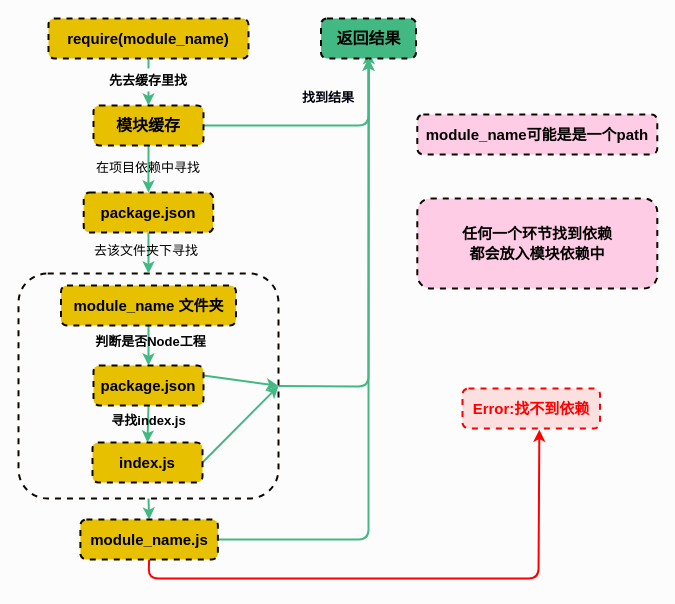
Earlier version of the draw.io diagram docs/.vuepress/public/assets/drawio/4.drawio (ykshang/MyInterviewDocs). Source tidied: cells renumbered, new cells numbered last; positions are measured from the earlier drawing's top-left corner, leaving out a move shared by most shapes. Both pictures are drawn from the tidied source at 100%, with x=0, y=0 at pixel (18, 18).
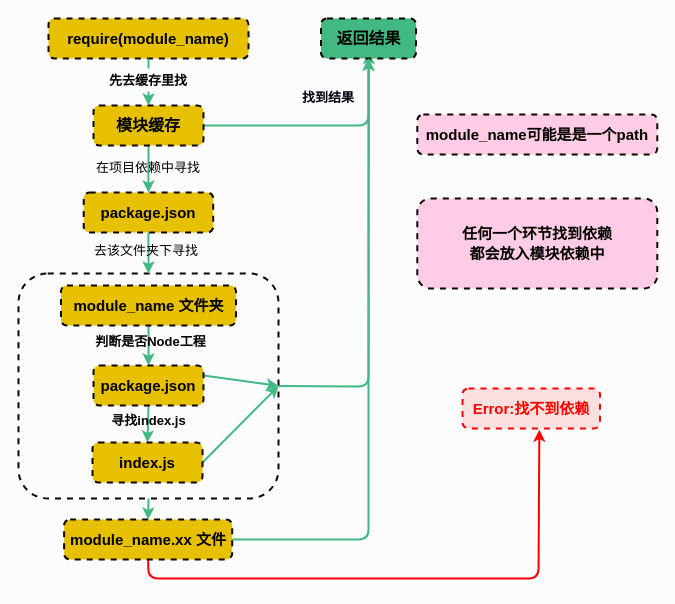
After the change.

The edit, as a diff of the source:
```diff
@@
-    <mxCell id="23" value="&lt;span style=&quot;font-size: 15px;&quot;&gt;module_name.js&lt;/span&gt;" style="text;html=1;strokeColor=#0D0701;fillColor=#E7C000;align=center;verticalAlign=middle;whiteSpace=wrap;rounded=1;strokeWidth=2;fontSize=16;fontStyle=1;fontColor=#000000;labelBackgroundColor=none;dashed=1;" parent="1" vertex="1">
-      <mxGeometry x="61.9" y="501" width="137.5" height="40" as="geometry" />
+    <mxCell id="23" value="&lt;span style=&quot;font-size: 15px;&quot;&gt;module_name.xx 文件&lt;/span&gt;" style="text;html=1;strokeColor=#0D0701;fillColor=#E7C000;align=center;verticalAlign=middle;whiteSpace=wrap;rounded=1;strokeWidth=2;fontSize=16;fontStyle=1;fontColor=#000000;labelBackgroundColor=none;dashed=1;" parent="1" vertex="1">
+      <mxGeometry x="45.6" y="501" width="168.1" height="40" as="geometry" />
     </mxCell>
```
